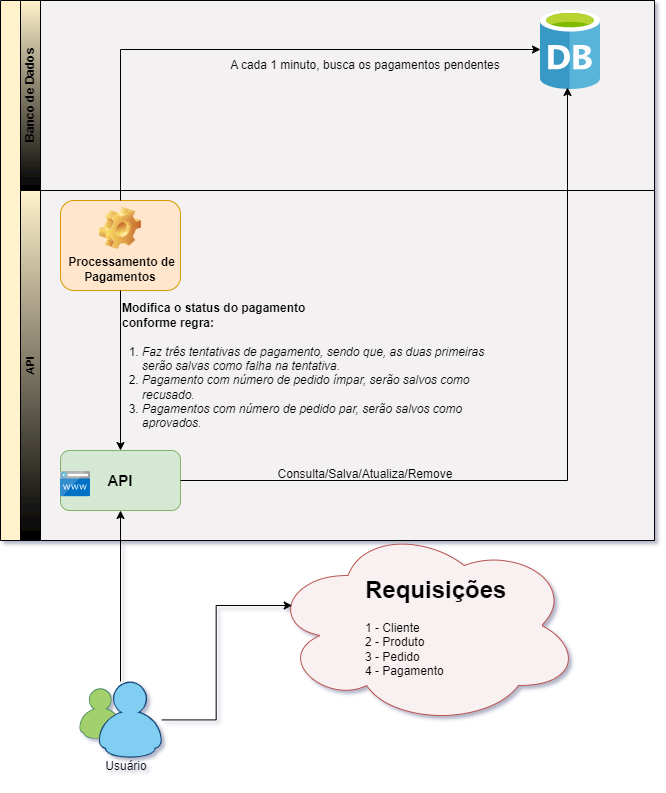
The draw.io diagram src/main/resources/images/arquitetura-negocio.png in gleniomontovani/tech-challenge-pos-tech, before a commit. Source tidied: cells renumbered, new cells last; positions are measured from the earlier drawing's top-left corner, leaving out a move shared by most shapes.
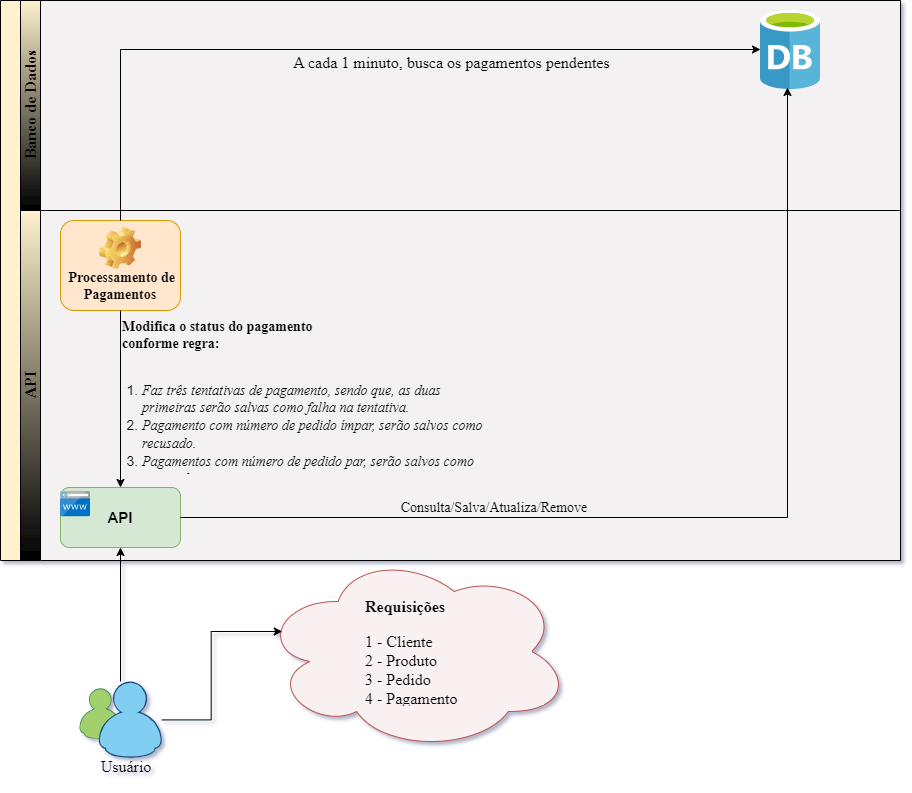
Above is the later version.

Commit message:
Adicionando a arquitetura de negocio no readme

What changed in the source:
```diff
@@ -3,42 +3,42 @@
     <mxCell id="0" />
     <mxCell id="1" parent="0" />
     <mxCell id="2" style="ellipse;shape=cloud;whiteSpace=wrap;html=1;fillColor=#f9f1f1;strokeColor=#b85450;" parent="1" vertex="1">
-      <mxGeometry x="270" y="525" width="310" height="200" as="geometry" />
+      <mxGeometry x="260" y="551" width="310" height="200" as="geometry" />
     </mxCell>
     <mxCell id="3" style="dashed=0;outlineConnect=0;html=1;align=center;labelPosition=center;verticalLabelPosition=bottom;verticalAlign=top;shape=mxgraph.weblogos.messenger;" parent="1" vertex="1">
       <mxGeometry x="78.7" y="681" width="82.6" height="76.8" as="geometry" />
     </mxCell>
     <mxCell id="4" style="swimlane;horizontal=0;startSize=20;html=1;fillColor=#fff2cc;strokeColor=#050505;" parent="1" vertex="1">
-      <mxGeometry width="654" height="540" as="geometry" />
+      <mxGeometry width="900" height="560" as="geometry" />
     </mxCell>
-    <mxCell id="5" value="Banco de Dados" style="swimlane;startSize=20;horizontal=0;html=1;fillColor=#fff2cc;strokeColor=#050505;gradientColor=default;swimlaneFillColor=#f3f1f1;" parent="4" vertex="1">
-      <mxGeometry x="20" width="634" height="190" as="geometry" />
+    <mxCell id="5" value="Banco de Dados" style="swimlane;startSize=20;horizontal=0;html=1;fillColor=#fff2cc;strokeColor=#050505;gradientColor=default;swimlaneFillColor=#f3f1f1;fontFamily=Times New Roman;fontSize=16;" parent="4" vertex="1">
+      <mxGeometry x="20" width="880" height="210" as="geometry" />
     </mxCell>
     <mxCell id="6" style="image;sketch=0;html=1;points=[];align=center;fontSize=12;image=img/lib/mscae/Database_General.svg;" parent="5" vertex="1">
-      <mxGeometry x="520" y="10" width="60" height="79" as="geometry" />
+      <mxGeometry x="740" y="10" width="60" height="79" as="geometry" />
     </mxCell>
-    <mxCell id="7" value="A cada 1 minuto, busca os pagamentos pendentes" style="text;html=1;strokeColor=none;fillColor=none;align=center;verticalAlign=middle;whiteSpace=wrap;rounded=0;" parent="5" vertex="1">
-      <mxGeometry x="200" y="50" width="290" height="30" as="geometry" />
+    <mxCell id="7" value="A cada 1 minuto, busca os pagamentos pendentes" style="text;html=1;strokeColor=none;fillColor=none;align=center;verticalAlign=middle;whiteSpace=wrap;rounded=0;fontFamily=Times New Roman;fontSize=16;" parent="5" vertex="1">
+      <mxGeometry x="263" y="47" width="337" height="30" as="geometry" />
     </mxCell>
-    <mxCell id="8" value="&lt;div style=&quot;font-size: 11px;&quot;&gt;&lt;font style=&quot;font-size: 11px;&quot;&gt;API&lt;/font&gt;&lt;/div&gt;" style="swimlane;startSize=20;horizontal=0;html=1;align=center;fillColor=#fff2cc;strokeColor=#050505;gradientColor=default;swimlaneFillColor=#f3f1f1;" parent="4" vertex="1">
-      <mxGeometry x="20" y="190" width="634" height="350" as="geometry" />
+    <mxCell id="8" value="&lt;div style=&quot;&quot;&gt;&lt;font face=&quot;Times New Roman&quot; style=&quot;font-size: 16px;&quot;&gt;API&lt;/font&gt;&lt;/div&gt;" style="swimlane;startSize=20;horizontal=0;html=1;align=center;fillColor=#fff2cc;strokeColor=#050505;gradientColor=default;swimlaneFillColor=#f3f1f1;" parent="4" vertex="1">
+      <mxGeometry x="20" y="210" width="880" height="350" as="geometry" />
     </mxCell>
     <mxCell id="9" value="&lt;b&gt;&lt;font style=&quot;font-size: 15px;&quot;&gt;API&lt;/font&gt;&lt;/b&gt;" style="rounded=1;whiteSpace=wrap;html=1;fillColor=#d5e8d4;strokeColor=#82b366;" parent="8" vertex="1">
-      <mxGeometry x="40" y="260" width="120" height="60" as="geometry" />
+      <mxGeometry x="40" y="277" width="120" height="60" as="geometry" />
     </mxCell>
     <mxCell id="10" style="image;sketch=0;html=1;align=center;fontSize=12;image=img/lib/mscae/CustomDomain.svg;" parent="8" vertex="1">
       <mxGeometry x="40" y="281" width="30" height="25.2" as="geometry" />
     </mxCell>
-    <mxCell id="11" value="Consulta/Salva/Atualiza/Remove" style="text;html=1;strokeColor=none;fillColor=none;align=center;verticalAlign=middle;whiteSpace=wrap;rounded=0;" parent="8" vertex="1">
-      <mxGeometry x="190" y="270" width="310" height="27.6" as="geometry" />
+    <mxCell id="11" value="Consulta/Salva/Atualiza/Remove" style="text;html=1;strokeColor=none;fillColor=none;align=center;verticalAlign=middle;whiteSpace=wrap;rounded=0;fontFamily=Times New Roman;fontSize=14;" parent="8" vertex="1">
+      <mxGeometry x="319" y="284" width="310" height="27.6" as="geometry" />
     </mxCell>
-    <mxCell id="12" value="&lt;b&gt;Modifica o status do pagamento conforme regra:&lt;/b&gt;" style="text;html=1;strokeColor=none;fillColor=none;align=left;verticalAlign=middle;whiteSpace=wrap;rounded=0;" parent="8" vertex="1">
-      <mxGeometry x="100" y="109.5" width="190" height="30" as="geometry" />
+    <mxCell id="12" value="&lt;b style=&quot;font-size: 14px;&quot;&gt;Modifica o status do pagamento conforme regra:&lt;/b&gt;" style="text;html=1;strokeColor=none;fillColor=none;align=left;verticalAlign=middle;whiteSpace=wrap;rounded=0;fontFamily=Times New Roman;fontSize=14;" parent="8" vertex="1">
+      <mxGeometry x="100" y="109.5" width="220" height="30" as="geometry" />
     </mxCell>
-    <mxCell id="13" value="&lt;ol&gt;&lt;li&gt;&lt;i&gt;Faz três tentativas de pagamento, sendo que, as duas primeiras serão salvas como falha na tentativa.&lt;/i&gt;&lt;/li&gt;&lt;li&gt;&lt;i&gt;Pagamento com número de pedido ímpar, serão salvos como recusado.&lt;/i&gt;&lt;/li&gt;&lt;li&gt;&lt;i&gt;Pagamentos com número de pedido par, serão salvos como aprovados.&lt;/i&gt;&lt;/li&gt;&lt;/ol&gt;" style="text;strokeColor=none;fillColor=none;html=1;whiteSpace=wrap;verticalAlign=middle;overflow=hidden;" parent="8" vertex="1">
-      <mxGeometry x="80" y="139.5" width="390" height="110" as="geometry" />
+    <mxCell id="13" value="&lt;ol style=&quot;font-size: 14px;&quot;&gt;&lt;li style=&quot;&quot;&gt;&lt;i style=&quot;&quot;&gt;&lt;font face=&quot;Times New Roman&quot; style=&quot;font-size: 14px;&quot;&gt;Faz três tentativas de pagamento, sendo que, as duas primeiras serão salvas como falha na tentativa.&lt;/font&gt;&lt;/i&gt;&lt;/li&gt;&lt;li style=&quot;&quot;&gt;&lt;i style=&quot;&quot;&gt;&lt;font face=&quot;J2X5dytImZSB3Is3MLoX&quot; style=&quot;font-size: 14px;&quot;&gt;Pagamento com número de pedido ímpar, serão salvos como recusado.&lt;/font&gt;&lt;/i&gt;&lt;/li&gt;&lt;li style=&quot;&quot;&gt;&lt;i style=&quot;&quot;&gt;&lt;font face=&quot;J2X5dytImZSB3Is3MLoX&quot; style=&quot;font-size: 14px;&quot;&gt;Pagamentos com número de pedido par, serão salvos como aprovados.&lt;/font&gt;&lt;/i&gt;&lt;/li&gt;&lt;/ol&gt;" style="text;strokeColor=none;fillColor=none;html=1;whiteSpace=wrap;verticalAlign=middle;overflow=hidden;fontSize=13;" parent="8" vertex="1">
+      <mxGeometry x="80" y="154.5" width="390" height="110" as="geometry" />
     </mxCell>
-    <mxCell id="14" value="&amp;nbsp;Processamento de Pagamentos" style="label;whiteSpace=wrap;html=1;align=center;verticalAlign=bottom;spacingLeft=0;spacingBottom=4;imageAlign=center;imageVerticalAlign=top;image=img/clipart/Gear_128x128.png;fillColor=#ffe6cc;strokeColor=#d79b00;" parent="8" vertex="1">
+    <mxCell id="14" value="&amp;nbsp;Processamento de Pagamentos" style="label;whiteSpace=wrap;html=1;align=center;verticalAlign=bottom;spacingLeft=0;spacingBottom=4;imageAlign=center;imageVerticalAlign=top;image=img/clipart/Gear_128x128.png;fillColor=#ffe6cc;strokeColor=#d79b00;fontFamily=Times New Roman;fontSize=14;" parent="8" vertex="1">
       <mxGeometry x="40" y="10" width="120" height="90" as="geometry" />
     </mxCell>
     <mxCell id="15" style="edgeStyle=orthogonalEdgeStyle;rounded=0;jettySize=auto;html=1;entryX=0.5;entryY=0;entryDx=0;entryDy=0;" parent="8" edge="1" source="14" target="9">
@@ -54,11 +54,11 @@
     <mxCell id="17" style="edgeStyle=orthogonalEdgeStyle;rounded=0;jettySize=auto;html=1;entryX=0.45;entryY=0.975;entryDx=0;entryDy=0;entryPerimeter=0;" parent="4" edge="1" source="9" target="6">
       <mxGeometry relative="1" as="geometry" />
     </mxCell>
-    <mxCell id="18" value="Usuário" style="text;html=1;strokeColor=none;fillColor=none;align=center;verticalAlign=middle;whiteSpace=wrap;rounded=0;" parent="1" vertex="1">
+    <mxCell id="18" value="Usuário" style="text;html=1;strokeColor=none;fillColor=none;align=center;verticalAlign=middle;whiteSpace=wrap;rounded=0;fontFamily=Times New Roman;fontSize=16;" parent="1" vertex="1">
       <mxGeometry x="86" y="751" width="80" height="30" as="geometry" />
     </mxCell>
-    <mxCell id="19" value="&lt;h1&gt;Requisições&lt;/h1&gt;&lt;p&gt;1 - Cliente&lt;br&gt;2 - Produto&lt;br&gt;3 - Pedido&lt;br&gt;4 - Pagamento&amp;nbsp;&lt;/p&gt;" style="text;html=1;strokeColor=none;fillColor=none;spacing=5;spacingTop=-20;whiteSpace=wrap;overflow=hidden;rounded=0;" parent="1" vertex="1">
-      <mxGeometry x="360" y="570" width="150" height="110" as="geometry" />
+    <mxCell id="19" value="&lt;h1 style=&quot;font-size: 16px;&quot;&gt;Requisições&lt;/h1&gt;&lt;p style=&quot;font-size: 16px;&quot;&gt;1 - Cliente&lt;br style=&quot;font-size: 16px;&quot;&gt;2 - Produto&lt;br style=&quot;font-size: 16px;&quot;&gt;3 - Pedido&lt;br style=&quot;font-size: 16px;&quot;&gt;4 - Pagamento&amp;nbsp;&lt;/p&gt;" style="text;html=1;strokeColor=none;fillColor=none;spacing=5;spacingTop=-20;whiteSpace=wrap;overflow=hidden;rounded=0;fontFamily=Times New Roman;fontSize=16;" parent="1" vertex="1">
+      <mxGeometry x="360" y="596" width="150" height="110" as="geometry" />
     </mxCell>
     <mxCell id="20" style="edgeStyle=orthogonalEdgeStyle;rounded=0;jettySize=auto;html=1;" parent="1" edge="1" source="3" target="9">
       <mxGeometry relative="1" as="geometry" />
```
